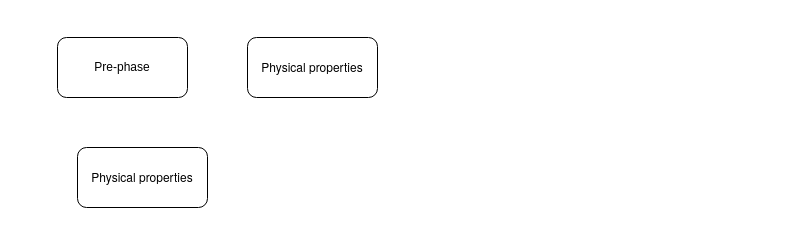
Above: page "10-8" (6 of 6) of Untitled Diagram.drawio in asdismilla/FlowChart (draw.io), before the change. Source tidied: cells renumbered, new cells numbered last; positions are measured from the earlier drawing's top-left corner, leaving out a move shared by most shapes. Both pictures are drawn from the tidied source at 100%, with x=0, y=0 at pixel (57, 37).
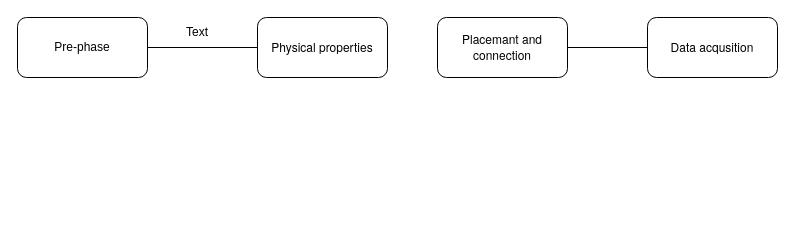
After the change.

Commit message:
flowchart10-8 crated

The edit, as a diff of the source:
```diff
@@
 <mxGraphModel>
   <root>
     <mxCell id="0" />
     <mxCell id="1" parent="0" />
     <mxCell id="2" value="&lt;span style=&quot;border-color: var(--border-color); font-family: &amp;quot;Helvetica Neue&amp;quot;;&quot;&gt;Physical properties&lt;/span&gt;" style="rounded=1;whiteSpace=wrap;html=1;" parent="1" vertex="1">
-      <mxGeometry x="190" width="130" height="60" as="geometry" />
+      <mxGeometry x="200" y="-20" width="130" height="60" as="geometry" />
     </mxCell>
     <mxCell id="3" value="Pre-phase" style="rounded=1;whiteSpace=wrap;html=1;" parent="1" vertex="1">
-      <mxGeometry width="130" height="60" as="geometry" />
+      <mxGeometry x="-40" y="-20" width="130" height="60" as="geometry" />
     </mxCell>
-    <mxCell id="4" value="&lt;span style=&quot;border-color: var(--border-color); font-family: &amp;quot;Helvetica Neue&amp;quot;;&quot;&gt;Physical properties&lt;/span&gt;" style="rounded=1;whiteSpace=wrap;html=1;" parent="1" vertex="1">
-      <mxGeometry x="20" y="110" width="130" height="60" as="geometry" />
+    <mxCell id="4" value="&lt;span style=&quot;border-color: var(--border-color); font-family: &amp;quot;Helvetica Neue&amp;quot;;&quot;&gt;Placemant and connection&lt;/span&gt;" style="rounded=1;whiteSpace=wrap;html=1;" parent="1" vertex="1">
+      <mxGeometry x="380" y="-20" width="130" height="60" as="geometry" />
     </mxCell>
+    <mxCell id="5" value="&lt;span style=&quot;border-color: var(--border-color); font-family: &amp;quot;Helvetica Neue&amp;quot;;&quot;&gt;Data acqusition&lt;/span&gt;" style="rounded=1;whiteSpace=wrap;html=1;" parent="1" vertex="1">
+      <mxGeometry x="590" y="-20" width="130" height="60" as="geometry" />
+    </mxCell>
+    <mxCell id="6" style="endArrow=none;html=1;rounded=0;entryX=1;entryY=0.5;entryDx=0;entryDy=0;exitX=0;exitY=0.5;exitDx=0;exitDy=0;" parent="1" edge="1" source="2" target="3">
+      <mxGeometry relative="1" as="geometry" />
+    </mxCell>
+    <mxCell id="7" style="endArrow=none;html=1;rounded=0;exitX=1;exitY=0.5;exitDx=0;exitDy=0;entryX=0;entryY=0.5;entryDx=0;entryDy=0;" parent="1" edge="1" source="4" target="5">
+      <mxGeometry relative="1" as="geometry" />
+    </mxCell>
+    <mxCell id="8" value="Text" style="text;html=1;align=center;verticalAlign=middle;whiteSpace=wrap;rounded=0;" parent="1" vertex="1">
+      <mxGeometry x="110" y="-20" width="60" height="30" as="geometry" />
+    </mxCell>
   </root>
 </mxGraphModel>
```
